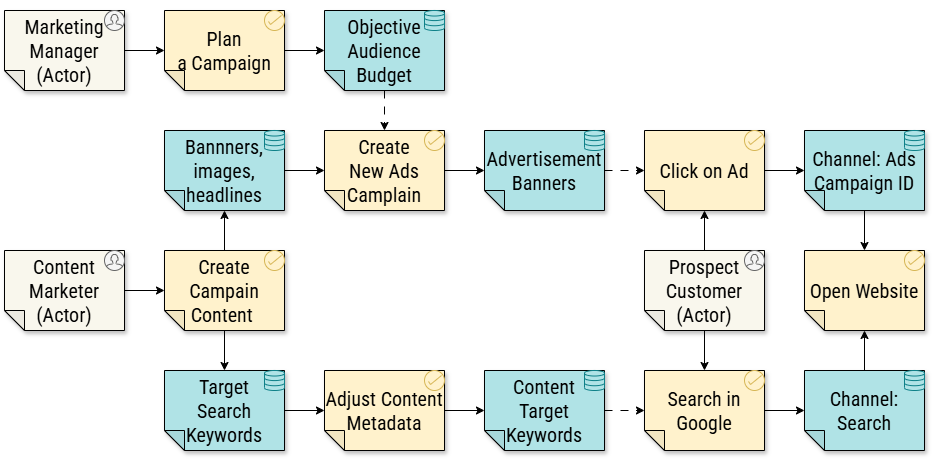
Above: chapter-06/figure-6.17.drawio.png in software-architecture-guild/modeling-software-architecture (draw.io), before the change. Source tidied: cells renumbered, new cells last; positions are measured from the earlier drawing's top-left corner, leaving out a move shared by most shapes.
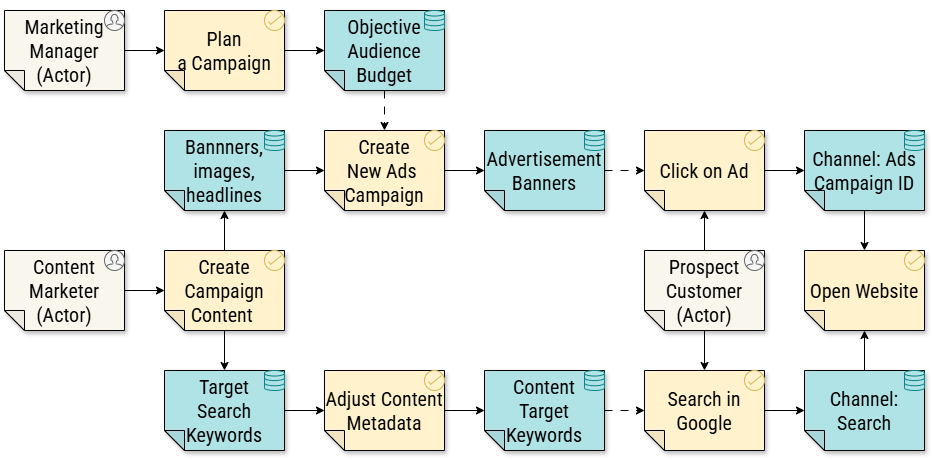
Later version of the same file.

Commit message:
Campaign misspelled 6.17

What changed in the source:
```diff
@@ -32,7 +32,7 @@
     <mxCell id="11" style="edgeStyle=orthogonalEdgeStyle;html=1;exitX=0.5;exitY=0;exitDx=0;exitDy=0;exitPerimeter=0;rounded=0;curved=0;fontFamily=Roboto Condensed;fontSource=https%3A%2F%2Ffonts.googleapis.com%2Fcss%3Ffamily%3DRoboto%2BCondensed;fontSize=20;" parent="1" edge="1" source="12" target="25">
       <mxGeometry relative="1" as="geometry" />
     </mxCell>
-    <mxCell id="12" value="Create Campain Content&amp;nbsp;" style="shape=note;whiteSpace=wrap;html=1;backgroundOutline=1;darkOpacity=0.05;fillColor=#fff2cc;strokeColor=#000000;fillStyle=solid;direction=west;gradientDirection=north;shadow=1;size=20;fontFamily=Roboto Condensed;fontSource=https%3A%2F%2Ffonts.googleapis.com%2Fcss%3Ffamily%3DRoboto%2BCondensed;fontSize=20;" parent="1" vertex="1">
+    <mxCell id="12" value="Create&lt;br&gt;&lt;span style=&quot;color: rgb(0, 0, 0);&quot;&gt;Campaign&lt;br&gt;&lt;/span&gt;Content&amp;nbsp;" style="shape=note;whiteSpace=wrap;html=1;backgroundOutline=1;darkOpacity=0.05;fillColor=#fff2cc;strokeColor=#000000;fillStyle=solid;direction=west;gradientDirection=north;shadow=1;size=20;fontFamily=Roboto Condensed;fontSource=https%3A%2F%2Ffonts.googleapis.com%2Fcss%3Ffamily%3DRoboto%2BCondensed;fontSize=20;" parent="1" vertex="1">
       <mxGeometry x="160" y="250" width="120" height="80" as="geometry" />
     </mxCell>
     <mxCell id="13" style="edgeStyle=none;html=1;fontFamily=Roboto Condensed;fontSource=https%3A%2F%2Ffonts.googleapis.com%2Fcss%3Ffamily%3DRoboto%2BCondensed;fontSize=20;" parent="1" edge="1" source="14" target="16">
@@ -44,7 +44,7 @@
     <mxCell id="15" style="edgeStyle=none;html=1;fontFamily=Roboto Condensed;fontSource=https%3A%2F%2Ffonts.googleapis.com%2Fcss%3Ffamily%3DRoboto%2BCondensed;fontSize=20;" parent="1" edge="1" source="16" target="18">
       <mxGeometry relative="1" as="geometry" />
     </mxCell>
-    <mxCell id="16" value="Create &lt;br&gt;New Ads Camplain" style="shape=note;whiteSpace=wrap;html=1;backgroundOutline=1;darkOpacity=0.05;fillColor=#fff2cc;strokeColor=#000000;fillStyle=solid;direction=west;gradientDirection=north;shadow=1;size=20;fontFamily=Roboto Condensed;fontSource=https%3A%2F%2Ffonts.googleapis.com%2Fcss%3Ffamily%3DRoboto%2BCondensed;fontSize=20;" parent="1" vertex="1">
+    <mxCell id="16" value="Create &lt;br&gt;New Ads&amp;nbsp;&lt;br&gt;&lt;span style=&quot;color: rgb(0, 0, 0);&quot;&gt;Campaign&lt;/span&gt;" style="shape=note;whiteSpace=wrap;html=1;backgroundOutline=1;darkOpacity=0.05;fillColor=#fff2cc;strokeColor=#000000;fillStyle=solid;direction=west;gradientDirection=north;shadow=1;size=20;fontFamily=Roboto Condensed;fontSource=https%3A%2F%2Ffonts.googleapis.com%2Fcss%3Ffamily%3DRoboto%2BCondensed;fontSize=20;" parent="1" vertex="1">
       <mxGeometry x="320" y="130" width="120" height="80" as="geometry" />
     </mxCell>
     <mxCell id="17" style="edgeStyle=none;html=1;dashed=1;dashPattern=8 8;fontFamily=Roboto Condensed;fontSource=https%3A%2F%2Ffonts.googleapis.com%2Fcss%3Ffamily%3DRoboto%2BCondensed;fontSize=20;" parent="1" edge="1" source="18" target="20">
```
